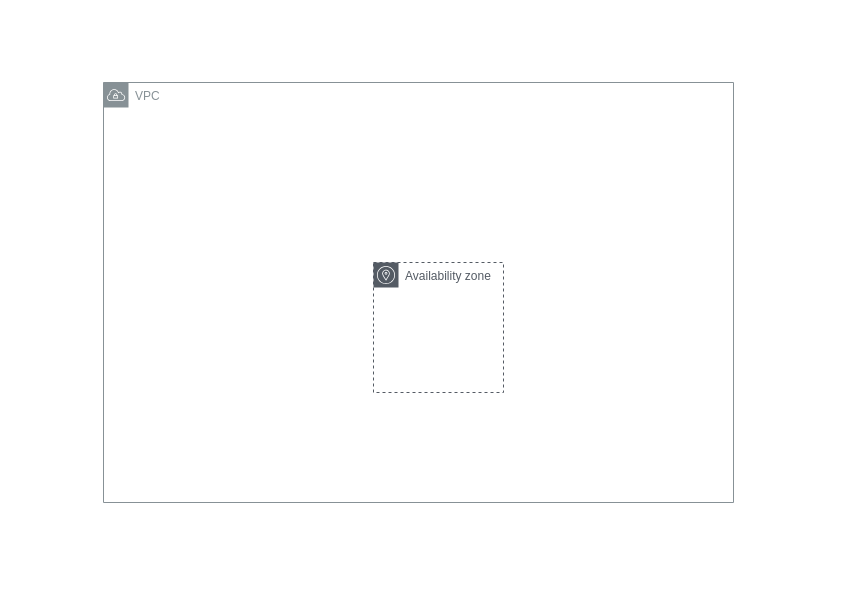
The draw.io diagram Untitled Diagram.drawio in camo4pf/Demo-web-basics-hello-world, before the edit. Source tidied: cells renumbered, new cells numbered last; positions are measured from the earlier drawing's top-left corner, leaving out a move shared by most shapes. Both pictures are drawn from the tidied source at 100%, with x=0, y=0 at pixel (103, 82).
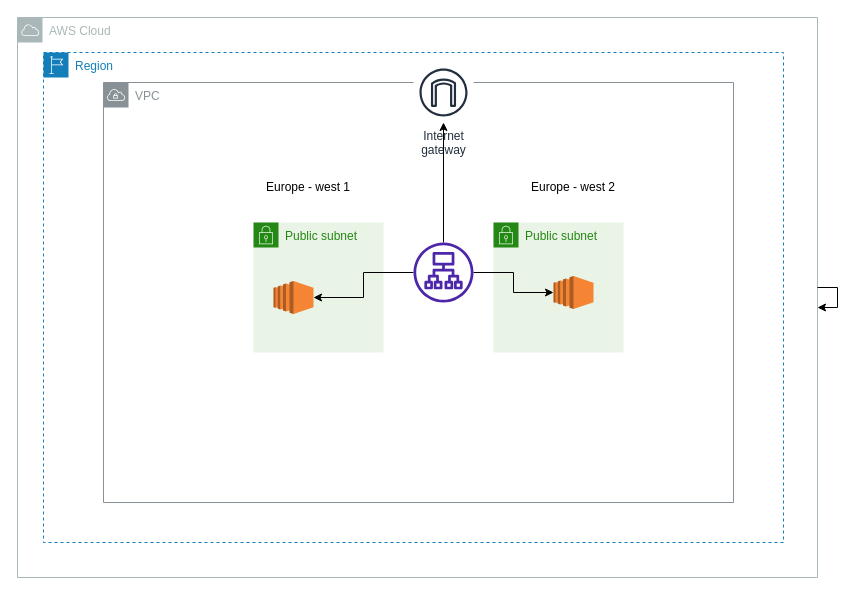
The same page after the edit.

What changed in the source:
```diff
@@
 <mxGraphModel>
   <root>
     <mxCell id="0" />
     <mxCell id="1" parent="0" />
     <mxCell id="2" value="VPC" style="sketch=0;gradientColor=none;html=1;whiteSpace=wrap;fontSize=12;fontStyle=0;shape=mxgraph.aws4.group;grIcon=mxgraph.aws4.group_vpc;strokeColor=#879196;fillColor=none;verticalAlign=top;align=left;spacingLeft=30;fontColor=#879196;dashed=0;" parent="1" vertex="1">
       <mxGeometry width="630" height="420" as="geometry" />
     </mxCell>
-    <mxCell id="3" value="Availability zone" style="sketch=0;gradientColor=none;html=1;whiteSpace=wrap;fontSize=12;fontStyle=0;shape=mxgraph.aws4.group;grIcon=mxgraph.aws4.group_availability_zone;strokeColor=#545B64;fillColor=none;verticalAlign=top;align=left;spacingLeft=30;fontColor=#545B64;dashed=1;" parent="1" vertex="1">
-      <mxGeometry x="270" y="180" width="130" height="130" as="geometry" />
-    </mxCell>
+    <mxCell id="4" value="Region" style="gradientColor=none;html=1;whiteSpace=wrap;fontSize=12;fontStyle=0;shape=mxgraph.aws4.group;grIcon=mxgraph.aws4.group_region;strokeColor=#147EBA;fillColor=none;verticalAlign=top;align=left;spacingLeft=30;fontColor=#147EBA;dashed=1;" parent="1" vertex="1">
+      <mxGeometry x="-60" y="-30" width="740" height="490" as="geometry" />
+    </mxCell>
+    <mxCell id="5" value="AWS Cloud" style="sketch=0;outlineConnect=0;gradientColor=none;html=1;whiteSpace=wrap;fontSize=12;fontStyle=0;shape=mxgraph.aws4.group;grIcon=mxgraph.aws4.group_aws_cloud;strokeColor=#AAB7B8;fillColor=none;verticalAlign=top;align=left;spacingLeft=30;fontColor=#AAB7B8;dashed=0;" parent="1" vertex="1">
+      <mxGeometry x="-86" y="-65" width="800" height="560" as="geometry" />
+    </mxCell>
+    <mxCell id="6" value="Public subnet" style="gradientColor=none;html=1;whiteSpace=wrap;fontSize=12;fontStyle=0;shape=mxgraph.aws4.group;grIcon=mxgraph.aws4.group_security_group;grStroke=0;strokeColor=#248814;fillColor=#E9F3E6;verticalAlign=top;align=left;spacingLeft=30;fontColor=#248814;dashed=0;" parent="1" vertex="1">
+      <mxGeometry x="390" y="140" width="130" height="130" as="geometry" />
+    </mxCell>
+    <mxCell id="7" style="outlineConnect=0;dashed=0;verticalLabelPosition=bottom;verticalAlign=top;align=center;html=1;shape=mxgraph.aws3.ec2;fillColor=#F58534;gradientColor=none;" parent="6" vertex="1">
+      <mxGeometry x="60" y="53.5" width="40" height="33" as="geometry" />
+    </mxCell>
+    <mxCell id="8" value="Public subnet" style="gradientColor=none;html=1;whiteSpace=wrap;fontSize=12;fontStyle=0;shape=mxgraph.aws4.group;grIcon=mxgraph.aws4.group_security_group;grStroke=0;strokeColor=#248814;fillColor=#E9F3E6;verticalAlign=top;align=left;spacingLeft=30;fontColor=#248814;dashed=0;" parent="1" vertex="1">
+      <mxGeometry x="150" y="140" width="130" height="130" as="geometry" />
+    </mxCell>
+    <mxCell id="9" style="outlineConnect=0;dashed=0;verticalLabelPosition=bottom;verticalAlign=top;align=center;html=1;shape=mxgraph.aws3.ec2;fillColor=#F58534;gradientColor=none;" parent="8" vertex="1">
+      <mxGeometry x="20" y="58.5" width="40" height="33" as="geometry" />
+    </mxCell>
+    <mxCell id="10" value="Europe - west 1" style="text;html=1;strokeColor=none;fillColor=none;align=center;verticalAlign=middle;whiteSpace=wrap;rounded=0;" parent="1" vertex="1">
+      <mxGeometry x="120" y="90" width="170" height="30" as="geometry" />
+    </mxCell>
+    <mxCell id="11" value="Europe - west 2&lt;br&gt;" style="text;html=1;strokeColor=none;fillColor=none;align=center;verticalAlign=middle;whiteSpace=wrap;rounded=0;" parent="1" vertex="1">
+      <mxGeometry x="420" y="90" width="100" height="30" as="geometry" />
+    </mxCell>
+    <mxCell id="12" value="Internet&#10;gateway" style="sketch=0;outlineConnect=0;fontColor=#232F3E;gradientColor=none;strokeColor=#232F3E;fillColor=#ffffff;dashed=0;verticalLabelPosition=bottom;verticalAlign=top;align=center;html=1;fontSize=12;fontStyle=0;shape=mxgraph.aws4.resourceIcon;resIcon=mxgraph.aws4.internet_gateway;" parent="1" vertex="1">
+      <mxGeometry x="310" y="-20" width="60" height="60" as="geometry" />
+    </mxCell>
+    <mxCell id="13" style="edgeStyle=orthogonalEdgeStyle;rounded=0;jettySize=auto;html=1;" parent="1" edge="1" source="17" target="12">
+      <mxGeometry relative="1" as="geometry" />
+    </mxCell>
+    <mxCell id="14" style="edgeStyle=orthogonalEdgeStyle;rounded=0;orthogonalLoop=1;jettySize=auto;html=1;" parent="1" edge="1" source="5" target="5">
+      <mxGeometry relative="1" as="geometry" />
+    </mxCell>
+    <mxCell id="15" style="edgeStyle=orthogonalEdgeStyle;rounded=0;jettySize=auto;html=1;" parent="1" edge="1" source="17" target="9">
+      <mxGeometry relative="1" as="geometry" />
+    </mxCell>
+    <mxCell id="16" style="edgeStyle=orthogonalEdgeStyle;rounded=0;jettySize=auto;html=1;" parent="1" edge="1" source="17" target="7">
+      <mxGeometry relative="1" as="geometry" />
+    </mxCell>
+    <mxCell id="17" style="sketch=0;outlineConnect=0;fontColor=#232F3E;gradientColor=none;fillColor=#4D27AA;strokeColor=none;dashed=0;verticalLabelPosition=bottom;verticalAlign=top;align=center;html=1;fontSize=12;fontStyle=0;shape=mxgraph.aws4.application_load_balancer;" parent="1" vertex="1">
+      <mxGeometry x="310" y="160" width="60" height="60" as="geometry" />
+    </mxCell>
   </root>
 </mxGraphModel>
```
